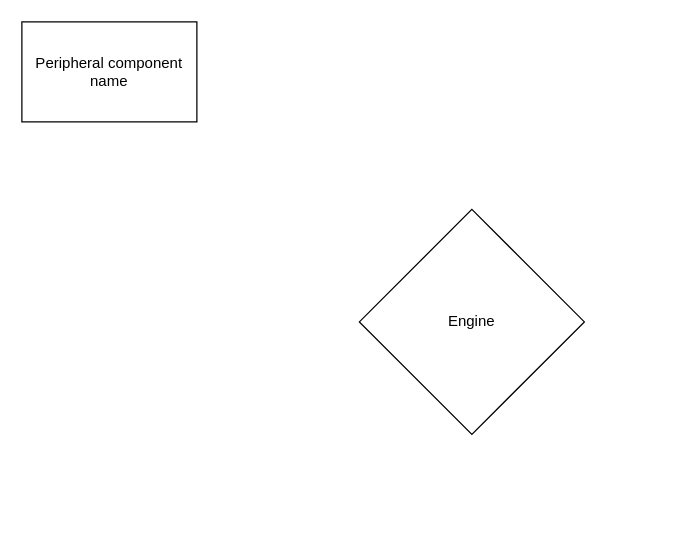
Above: page "drawing-components" (1 of 3) of demo.drawio in abhihayer/Drawings (draw.io), before the change. Source tidied: cells renumbered, new cells numbered last; positions are measured from the earlier drawing's top-left corner, leaving out a move shared by most shapes. Both pictures are drawn from the tidied source at 125%, with x=0, y=0 at pixel (21, 21).
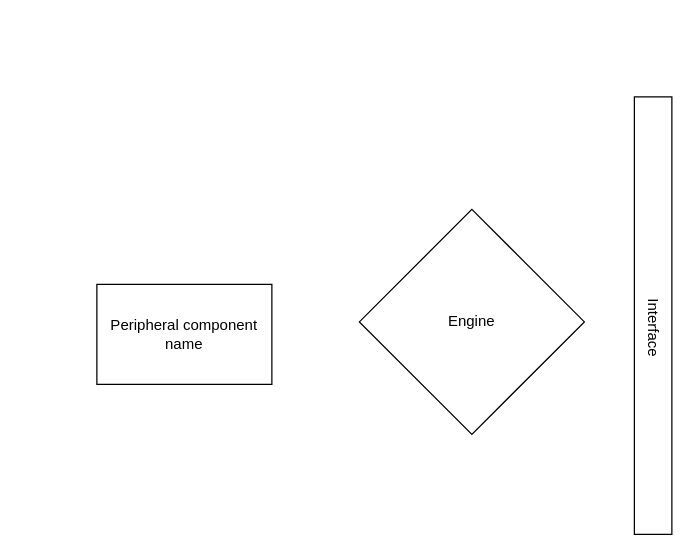
Above is the later version.

What changed in the source:
```diff
@@
 <mxGraphModel>
   <root>
     <mxCell id="0" />
     <mxCell id="1" parent="0" />
     <mxCell id="2" value="Peripheral component name" style="rounded=0;whiteSpace=wrap;html=1;" parent="1" vertex="1">
-      <mxGeometry width="140" height="80" as="geometry" />
+      <mxGeometry x="60" y="210" width="140" height="80" as="geometry" />
     </mxCell>
     <mxCell id="3" value="Engine" style="rhombus;whiteSpace=wrap;html=1;" parent="1" vertex="1">
       <mxGeometry x="270" y="150" width="180" height="180" as="geometry" />
     </mxCell>
+    <mxCell id="4" style="group;" parent="1" vertex="1">
+      <mxGeometry x="490" y="60" width="30" height="350" as="geometry" />
+    </mxCell>
+    <mxCell id="5" style="rounded=0;whiteSpace=wrap;html=1;" parent="4" vertex="1">
+      <mxGeometry width="30" height="350" as="geometry" />
+    </mxCell>
+    <mxCell id="6" value="Interface" style="text;html=1;whiteSpace=wrap;strokeColor=none;fillColor=none;align=center;verticalAlign=middle;rounded=0;rotation=90;" parent="4" vertex="1">
+      <mxGeometry x="-15" y="170" width="60" height="30" as="geometry" />
+    </mxCell>
   </root>
 </mxGraphModel>
```
